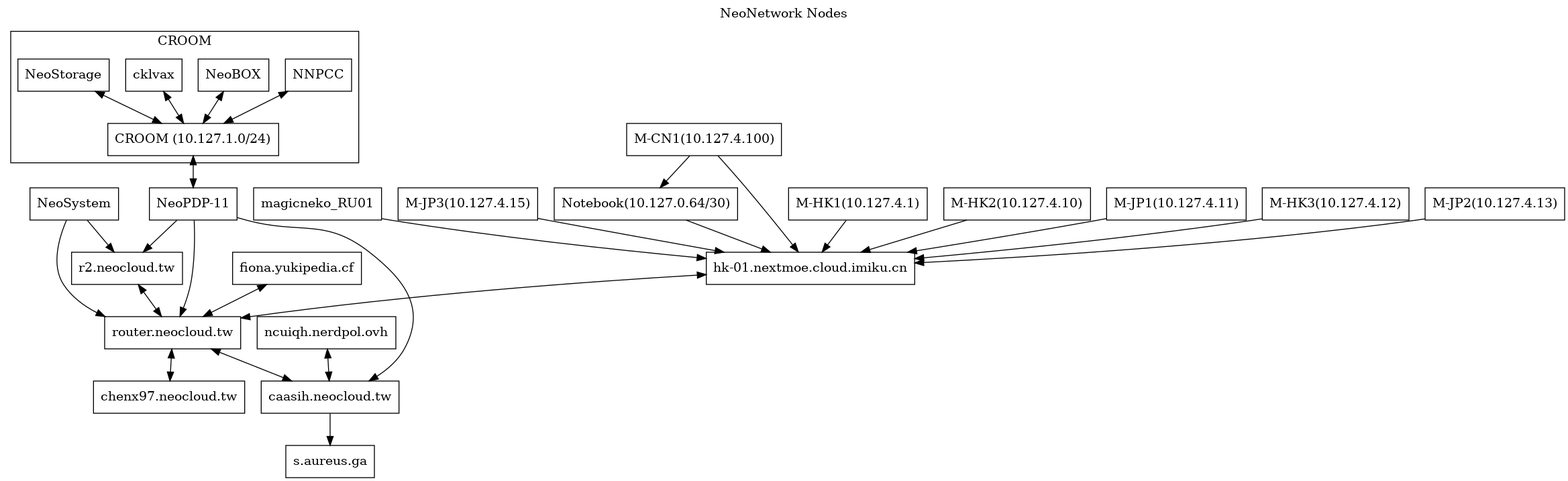
The Graphviz diagram nodes.png in NeoCloud/NeoNetwork, before a commit. Its source is kept beside it as nodes.dot.
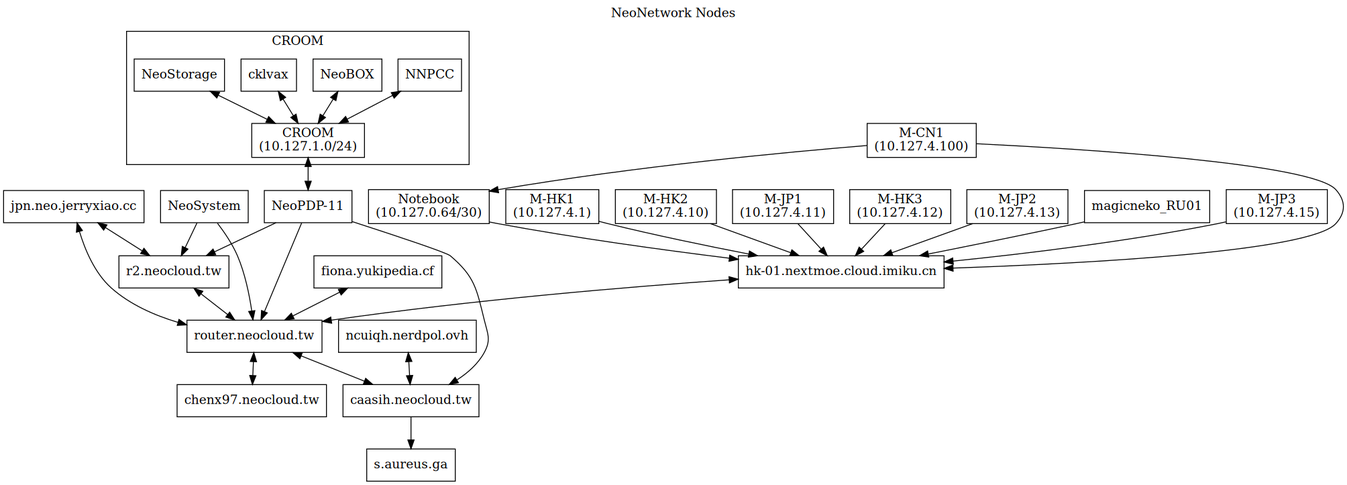
The same diagram one commit later.

Commit message:
Graph: tidy up

Change to the diagram source:
```diff
@@ -7,21 +7,21 @@
 	c [label="caasih.neocloud.tw"]
 	ucbvax [label="router.neocloud.tw"]
 	np11 [label="NeoPDP-11"]
-	croom [label="CROOM (10.127.1.0/24)"]
+	croom [label="CROOM\n(10.127.1.0/24)"]
 	ns [label="NeoSystem"]
 	ncuiqh [label="ncuiqh.nerdpol.ovh"]
 	fionaLHS [label="fiona.yukipedia.cf"]
 	pan [label="r2.neocloud.tw"]
-        icecat_Explosion [label="hk-01.nextmoe.cloud.imiku.cn"]
-	icecat_Notebook [label="Notebook(10.127.0.64/30)"]
-	magicneko_HK01 [label="M-HK1(10.127.4.1)"]
-	magicneko_HK02 [label="M-HK2(10.127.4.10)"]
-	magicneko_JP01 [label="M-JP1(10.127.4.11)"]
-	magicneko_HK03 [label="M-HK3(10.127.4.12)"]
-	magicneko_JP02 [label="M-JP2(10.127.4.13)"]
-	magicneko_RU01 [lebel="M-RU1(10.127.4.14)"]
-	magicneko_JP03 [label="M-JP3(10.127.4.15)"]
-	magicneko_CN01 [label="M-CN1(10.127.4.100)"]
+	icecat_Explosion [label="hk-01.nextmoe.cloud.imiku.cn"]
+	icecat_Notebook [label="Notebook\n(10.127.0.64/30)"]
+	magicneko_HK01 [label="M-HK1\n(10.127.4.1)"]
+	magicneko_HK02 [label="M-HK2\n(10.127.4.10)"]
+	magicneko_JP01 [label="M-JP1\n(10.127.4.11)"]
+	magicneko_HK03 [label="M-HK3\n(10.127.4.12)"]
+	magicneko_JP02 [label="M-JP2\n(10.127.4.13)"]
+	magicneko_RU01 [lebel="M-RU1\n(10.127.4.14)"]
+	magicneko_JP03 [label="M-JP3\n(10.127.4.15)"]
+	magicneko_CN01 [label="M-CN1\n(10.127.4.100)"]
 	staph [label="s.aureus.ga"]
 	chenx97 [label="chenx97.neocloud.tw"]
 	JerryXiao [label="jpn.neo.jerryxiao.cc"]
```
